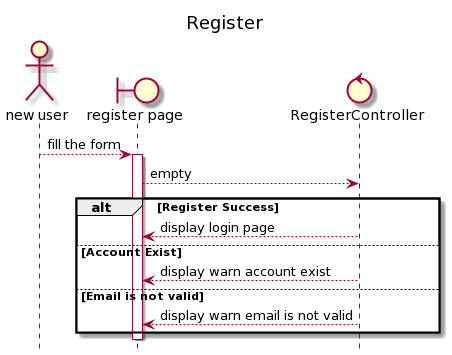
This is userscenario2seq/sequences/6.png from AgileRE-2021/UserScenario2Seq, a PlantUML export, as it was before one commit. Its diagram source:
```plantuml
@startuml
title Register
hide footbox
actor "new user"
boundary "register page"
control "RegisterController"
"new user" --> "register page" :fill the form
activate "register page"
"register page" --> "RegisterController" :empty
alt Register Success
 "RegisterController" --> "register page" :display login page
else Account Exist
 "RegisterController" --> "register page" :display warn account exist
else Email is not valid
 "RegisterController" --> "register page" :display warn email is not valid
end
deactivate "register page"
@enduml
```
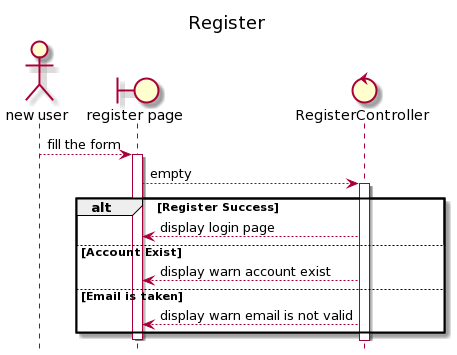
Above is the later version.

Commit message:
fixing generate sequence

What changed in the source:
```diff
@@ -7,11 +7,12 @@
 "new user" --> "register page" :fill the form
 activate "register page"
 "register page" --> "RegisterController" :empty
+activate "RegisterController"
 alt Register Success
  "RegisterController" --> "register page" :display login page
 else Account Exist
  "RegisterController" --> "register page" :display warn account exist
-else Email is not valid
+else Email is taken
  "RegisterController" --> "register page" :display warn email is not valid
 end
 deactivate "register page"
```
